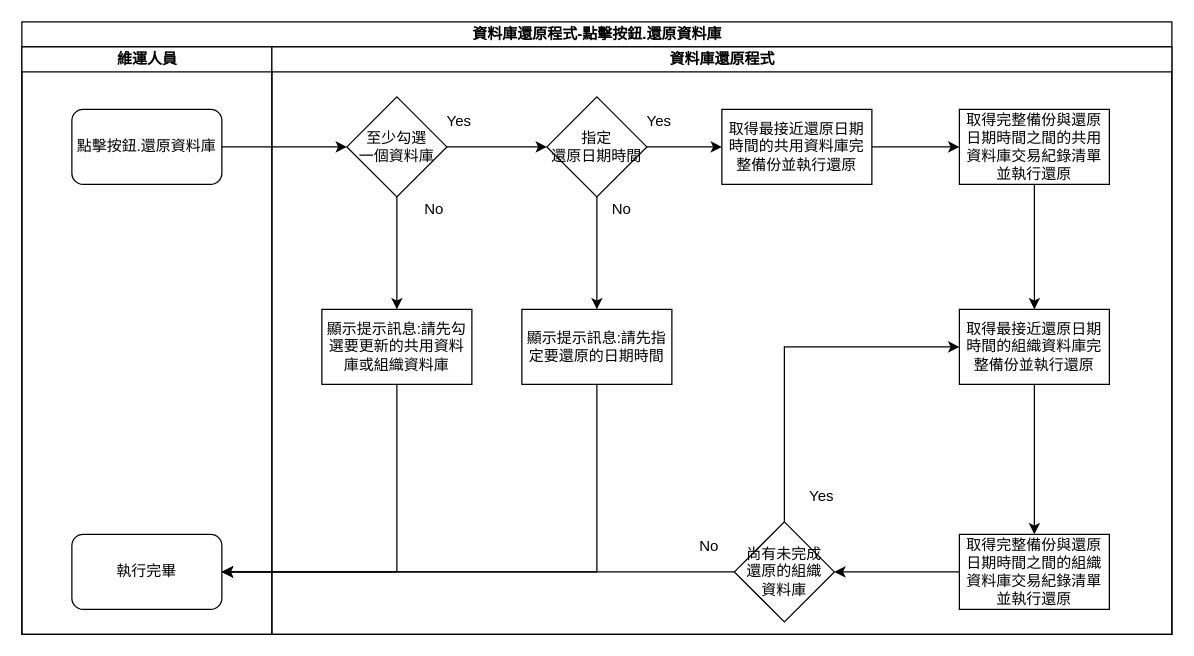
Before: page "點擊按鈕.還原資料庫" (4 of 5) of asus/ASUSMaintainTool/DBRestore/SA/diagram/資料庫還原程式.drawio in ArcareRD/sadocs, a draw.io diagram. Source tidied: cells renumbered, new cells numbered last; positions are measured from the earlier drawing's top-left corner, leaving out a move shared by most shapes. Both pictures are drawn from the tidied source at 125%, with x=0, y=0 at pixel (21, 21).
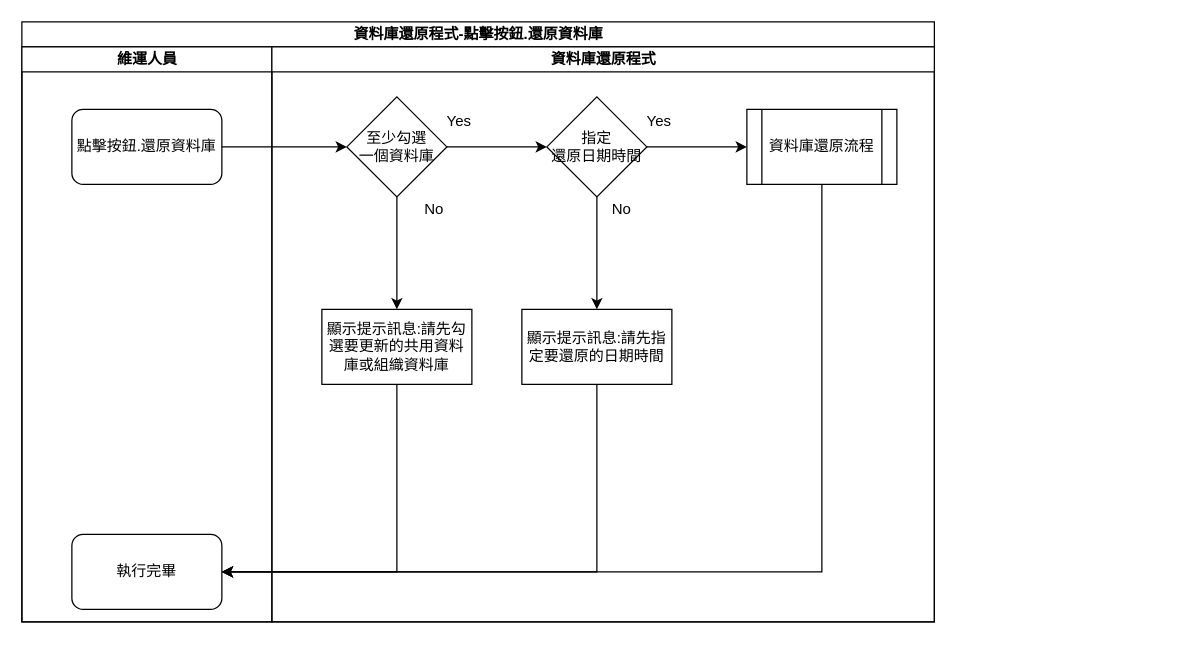
Above is the later version.

The change refers to these unchanged cells:
```xml
<mxCell id="5" value="執行完畢" style="rounded=1;whiteSpace=wrap;html=1;" parent="3" vertex="1">
  <mxGeometry x="40" y="390" width="120" height="60" as="geometry" />
</mxCell>
<mxCell id="25" value="指定&lt;br&gt;還原日期時間" style="rhombus;whiteSpace=wrap;html=1;" parent="1" vertex="1">
  <mxGeometry x="420" y="60" width="80" height="80" as="geometry" />
</mxCell>
```

The edit, as a diff of the source:
```diff
@@
     <mxCell id="2" value="資料庫還原程式-點擊按鈕.還原資料庫" style="swimlane;html=1;startSize=20;" parent="1" vertex="1">
-      <mxGeometry width="920" height="490" as="geometry" />
+      <mxGeometry width="730" height="480" as="geometry" />
     </mxCell>
     <mxCell id="3" value="維運人員" style="swimlane;html=1;startSize=20;" parent="2" vertex="1">
-      <mxGeometry y="20" width="200" height="470" as="geometry" />
+      <mxGeometry y="20" width="200" height="460" as="geometry" />
     </mxCell>
@@
     <mxCell id="7" value="資料庫還原程式" style="swimlane;html=1;startSize=20;" parent="2" vertex="1">
-      <mxGeometry x="200" y="20" width="720" height="470" as="geometry" />
+      <mxGeometry x="200" y="20" width="530" height="460" as="geometry" />
     </mxCell>
@@
-    <mxCell id="13" value="No" style="text;html=1;strokeColor=none;fillColor=none;align=center;verticalAlign=middle;whiteSpace=wrap;rounded=0;" parent="7" vertex="1">
-      <mxGeometry x="330" y="390" width="40" height="20" as="geometry" />
-    </mxCell>
-    <mxCell id="14" value="Yes" style="text;html=1;strokeColor=none;fillColor=none;align=center;verticalAlign=middle;whiteSpace=wrap;rounded=0;" parent="7" vertex="1">
-      <mxGeometry x="420" y="350" width="40" height="20" as="geometry" />
-    </mxCell>
-    <mxCell id="15" value="取得完整備份與還原日期時間之間的共用資料庫交易紀錄清單並執行還原" style="whiteSpace=wrap;html=1;" parent="7" vertex="1">
-      <mxGeometry x="550" y="50" width="120" height="60" as="geometry" />
-    </mxCell>
-    <mxCell id="16" style="edgeStyle=orthogonalEdgeStyle;rounded=0;jettySize=auto;html=1;" parent="7" edge="1" source="15" target="18">
-      <mxGeometry relative="1" as="geometry" />
-    </mxCell>
-    <mxCell id="17" style="edgeStyle=orthogonalEdgeStyle;rounded=0;jettySize=auto;html=1;" parent="7" edge="1" source="18" target="19">
-      <mxGeometry relative="1" as="geometry" />
-    </mxCell>
-    <mxCell id="18" value="取得最接近還原日期時間的&lt;span&gt;組織資料庫完整備份並執行還原&lt;/span&gt;" style="whiteSpace=wrap;html=1;" parent="7" vertex="1">
-      <mxGeometry x="550" y="210" width="120" height="60" as="geometry" />
-    </mxCell>
-    <mxCell id="19" value="取得完整備份與還原日期時間之間的&lt;span&gt;組織資料庫交易紀錄清單並執行還原&lt;/span&gt;" style="whiteSpace=wrap;html=1;" parent="7" vertex="1">
-      <mxGeometry x="550" y="390" width="120" height="60" as="geometry" />
-    </mxCell>
+    <mxCell id="35" value="資料庫還原流程" style="shape=process;whiteSpace=wrap;html=1;backgroundOutline=1;" parent="7" vertex="1">
+      <mxGeometry x="380" y="50" width="120" height="60" as="geometry" />
+    </mxCell>
+    <mxCell id="36" style="edgeStyle=orthogonalEdgeStyle;rounded=0;jettySize=auto;html=1;entryX=1;entryY=0.5;entryDx=0;entryDy=0;exitX=0.5;exitY=1;exitDx=0;exitDy=0;" parent="2" edge="1" source="35" target="5">
+      <mxGeometry relative="1" as="geometry" />
+    </mxCell>
@@
-    <mxCell id="24" style="edgeStyle=orthogonalEdgeStyle;rounded=0;jettySize=auto;html=1;" parent="1" edge="1" source="25" target="30">
-      <mxGeometry relative="1" as="geometry" />
-    </mxCell>
+    <mxCell id="37" style="edgeStyle=orthogonalEdgeStyle;rounded=0;jettySize=auto;html=1;" parent="1" edge="1" source="25">
+      <mxGeometry relative="1" as="geometry">
+        <mxPoint x="580" y="100" as="targetPoint" />
+      </mxGeometry>
+    </mxCell>
@@
-    <mxCell id="29" style="edgeStyle=orthogonalEdgeStyle;rounded=0;jettySize=auto;html=1;" parent="1" edge="1" source="30" target="15">
-      <mxGeometry relative="1" as="geometry" />
-    </mxCell>
-    <mxCell id="30" value="取得最接近還原日期時間的共用資料庫完整備份並執行還原" style="whiteSpace=wrap;html=1;" parent="1" vertex="1">
-      <mxGeometry x="560" y="70" width="120" height="60" as="geometry" />
-    </mxCell>
-    <mxCell id="31" style="edgeStyle=orthogonalEdgeStyle;rounded=0;jettySize=auto;html=1;entryX=0;entryY=0.5;entryDx=0;entryDy=0;exitX=0.5;exitY=0;exitDx=0;exitDy=0;" parent="1" edge="1" source="33" target="18">
-      <mxGeometry relative="1" as="geometry" />
-    </mxCell>
-    <mxCell id="32" style="edgeStyle=orthogonalEdgeStyle;rounded=0;jettySize=auto;html=1;entryX=1;entryY=0.5;entryDx=0;entryDy=0;" parent="1" edge="1" source="33" target="5">
-      <mxGeometry relative="1" as="geometry" />
-    </mxCell>
-    <mxCell id="33" value="尚有未完成&lt;br&gt;還原的組織&lt;br&gt;資料庫" style="rhombus;whiteSpace=wrap;html=1;" parent="1" vertex="1">
-      <mxGeometry x="570" y="400" width="80" height="80" as="geometry" />
-    </mxCell>
-    <mxCell id="34" style="edgeStyle=orthogonalEdgeStyle;rounded=0;jettySize=auto;html=1;" parent="1" edge="1" source="19" target="33">
-      <mxGeometry relative="1" as="geometry" />
-    </mxCell>
```
